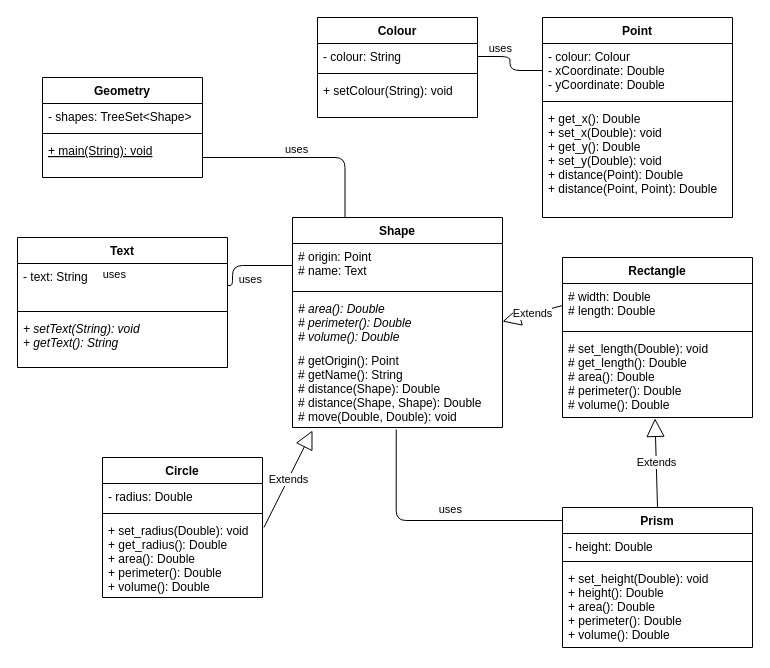
Before: Lab 4/Exercise 1 & 2/Ex1.drawio in nachacin/ENSF-409-Projects, a draw.io diagram. Source tidied: cells renumbered, new cells numbered last; positions are measured from the earlier drawing's top-left corner, leaving out a move shared by most shapes. Both pictures are drawn from the tidied source at 100%, with x=0, y=0 at pixel (17, 17).
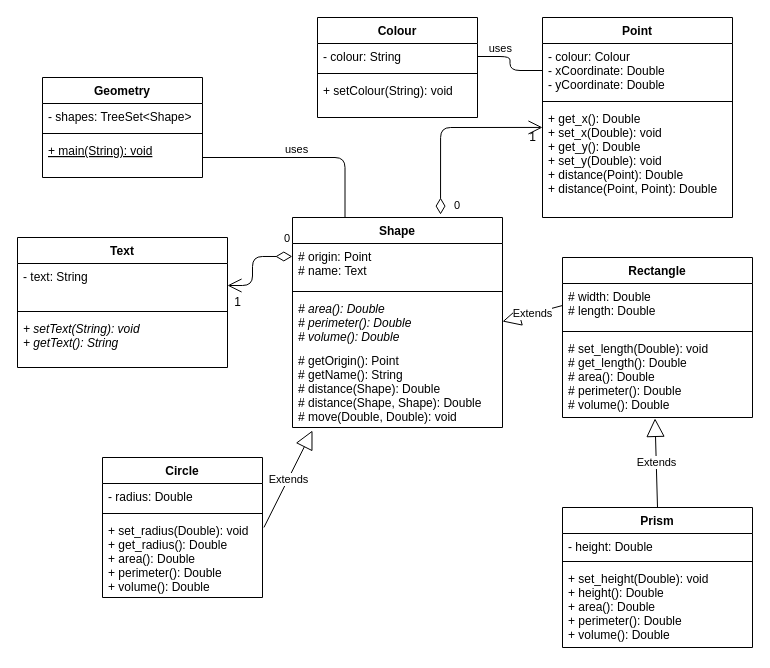
After the change.

Commit message:
Relationship Type Errors Fixed for Point and Text

The change refers to these unchanged cells:
```xml
<mxCell id="17" value="+ get_x(): Double&#10;+ set_x(Double): void&#10;+ get_y(): Double&#10;+ set_y(Double): void&#10;+ distance(Point): Double&#10;+ distance(Point, Point): Double" style="text;strokeColor=none;fillColor=none;align=left;verticalAlign=top;spacingLeft=4;spacingRight=4;overflow=hidden;points=[[0,0.5],[1,0.5]];portConstraint=eastwest;fontStyle=0;" parent="14" vertex="1">
  <mxGeometry y="88" width="190" height="112" as="geometry" />
</mxCell>
<mxCell id="18" value="Prism" style="swimlane;fontStyle=1;align=center;verticalAlign=top;horizontal=1;startSize=26;" parent="1" vertex="1">
  <mxGeometry x="545" y="490" width="190" height="140" as="geometry" />
</mxCell>
<mxCell id="26" value="Shape" style="swimlane;fontStyle=1;align=center;verticalAlign=top;horizontal=1;startSize=26;" parent="1" vertex="1">
  <mxGeometry x="275" y="200" width="210" height="210" as="geometry" />
</mxCell>
<mxCell id="27" value="# origin: Point&#10;# name: Text" style="text;strokeColor=none;fillColor=none;align=left;verticalAlign=top;spacingLeft=4;spacingRight=4;overflow=hidden;points=[[0,0.5],[1,0.5]];portConstraint=eastwest;fontStyle=0;" parent="26" vertex="1">
  <mxGeometry y="26" width="210" height="44" as="geometry" />
</mxCell>
<mxCell id="30" value="# getOrigin(): Point&#10;# getName(): String&#10;# distance(Shape): Double&#10;# distance(Shape, Shape): Double&#10;# move(Double, Double): void&#10;" style="text;strokeColor=none;fillColor=none;align=left;verticalAlign=top;spacingLeft=4;spacingRight=4;overflow=hidden;points=[[0,0.5],[1,0.5]];portConstraint=eastwest;fontStyle=0;" parent="26" vertex="1">
  <mxGeometry y="130" width="210" height="80" as="geometry" />
</mxCell>
<mxCell id="32" value="- text: String" style="text;strokeColor=none;fillColor=none;align=left;verticalAlign=top;spacingLeft=4;spacingRight=4;overflow=hidden;points=[[0,0.5],[1,0.5]];portConstraint=eastwest;fontStyle=0;" parent="31" vertex="1">
  <mxGeometry y="26" width="210" height="44" as="geometry" />
</mxCell>
```

Change to the diagram source:
```diff
@@
-    <mxCell id="42" style="endArrow=none;html=1;edgeStyle=orthogonalEdgeStyle;entryX=0.003;entryY=0.093;entryDx=0;entryDy=0;entryPerimeter=0;exitX=0.494;exitY=1.025;exitDx=0;exitDy=0;exitPerimeter=0;" parent="1" edge="1" source="30" target="18">
-      <mxGeometry relative="1" as="geometry">
-        <Array as="points">
-          <mxPoint x="379" y="503" />
-        </Array>
-      </mxGeometry>
-    </mxCell>
-    <mxCell id="43" value="uses" style="edgeLabel;html=1;align=right;verticalAlign=bottom;" parent="42" vertex="1">
-      <mxGeometry x="1" relative="1" as="geometry">
-        <mxPoint x="-101" y="-3" as="offset" />
-      </mxGeometry>
-    </mxCell>
+    <mxCell id="47" value="0" style="endArrow=open;html=1;endSize=12;startArrow=diamondThin;startSize=14;startFill=0;edgeStyle=orthogonalEdgeStyle;align=left;verticalAlign=bottom;entryX=0;entryY=0.196;entryDx=0;entryDy=0;entryPerimeter=0;exitX=0.705;exitY=-0.014;exitDx=0;exitDy=0;exitPerimeter=0;" parent="1" edge="1" source="26" target="17">
+      <mxGeometry x="-1" y="-12" relative="1" as="geometry">
+        <Array as="points">
+          <mxPoint x="423" y="110" />
+        </Array>
+      </mxGeometry>
+    </mxCell>
+    <mxCell id="48" value="1" style="text;html=1;align=center;verticalAlign=middle;strokeColor=none;" parent="1" vertex="1">
+      <mxGeometry x="505" y="110" width="20" height="20" as="geometry" />
+    </mxCell>
-    <mxCell id="44" style="endArrow=none;html=1;edgeStyle=orthogonalEdgeStyle;entryX=1;entryY=0.5;entryDx=0;entryDy=0;exitX=0;exitY=0.5;exitDx=0;exitDy=0;" parent="1" edge="1" source="27" target="32">
-      <mxGeometry relative="1" as="geometry">
+    <mxCell id="44" value="0" style="endArrow=open;html=1;endSize=12;startArrow=diamondThin;startSize=14;startFill=0;edgeStyle=orthogonalEdgeStyle;align=left;verticalAlign=bottom;entryX=1;entryY=0.5;entryDx=0;entryDy=0;exitX=-0.001;exitY=0.295;exitDx=0;exitDy=0;exitPerimeter=0;" parent="1" edge="1" source="27" target="32">
+      <mxGeometry x="-0.79" y="-9" relative="1" as="geometry">
         <Array as="points">
-          <mxPoint x="215" y="248" />
-          <mxPoint x="215" y="268" />
+          <mxPoint x="235" y="239" />
+          <mxPoint x="235" y="268" />
         </Array>
       </mxGeometry>
     </mxCell>
-    <mxCell id="45" value="uses" style="edgeLabel;html=1;align=right;verticalAlign=bottom;" parent="44" vertex="1">
-      <mxGeometry x="1" relative="1" as="geometry">
-        <mxPoint x="-101" y="-3" as="offset" />
-      </mxGeometry>
-    </mxCell>
-    <mxCell id="46" value="uses" style="edgeLabel;html=1;align=right;verticalAlign=bottom;" parent="1" vertex="1">
-      <mxGeometry x="245" y="270" as="geometry" />
-    </mxCell>
+    <mxCell id="49" value="1" style="text;html=1;align=center;verticalAlign=middle;strokeColor=none;" parent="1" vertex="1">
+      <mxGeometry x="210" y="275" width="20" height="20" as="geometry" />
+    </mxCell>
```
